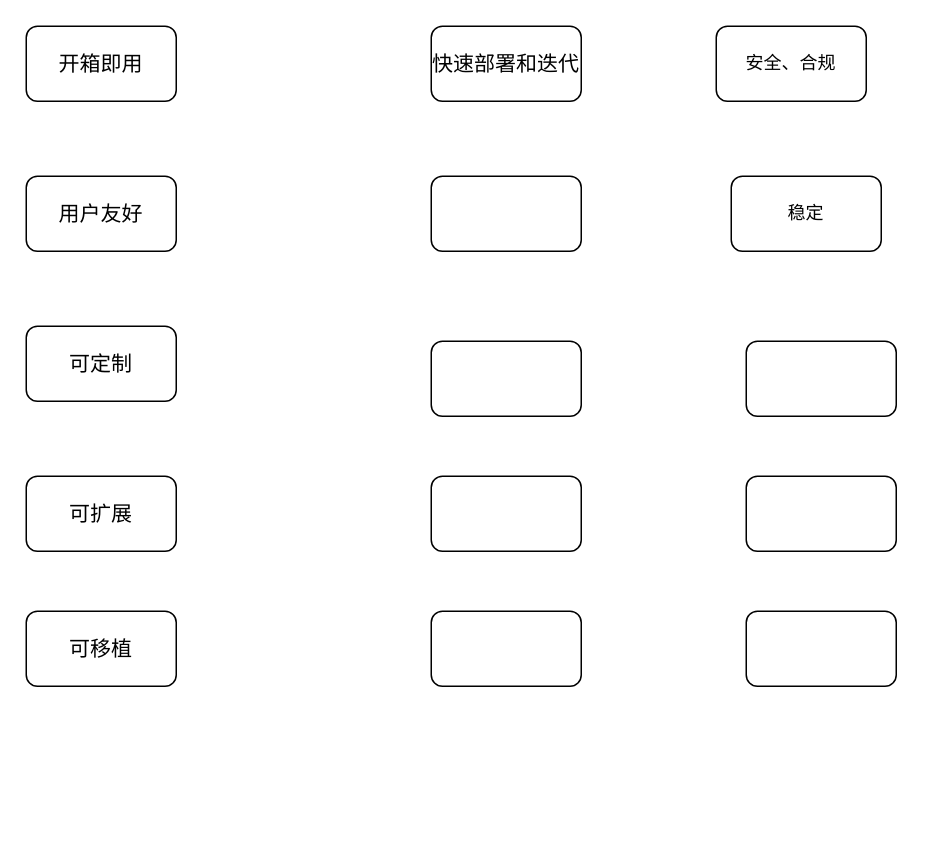
This is 低代码——需求分析——可视化编程需求.drawio from tangyaosimida/love, a draw.io file, before an edit. Source tidied: cells renumbered, new cells numbered last; positions are measured from the earlier drawing's top-left corner, leaving out a move shared by most shapes. Both pictures are drawn from the tidied source at 150%, with x=0, y=0 at pixel (26, 26).
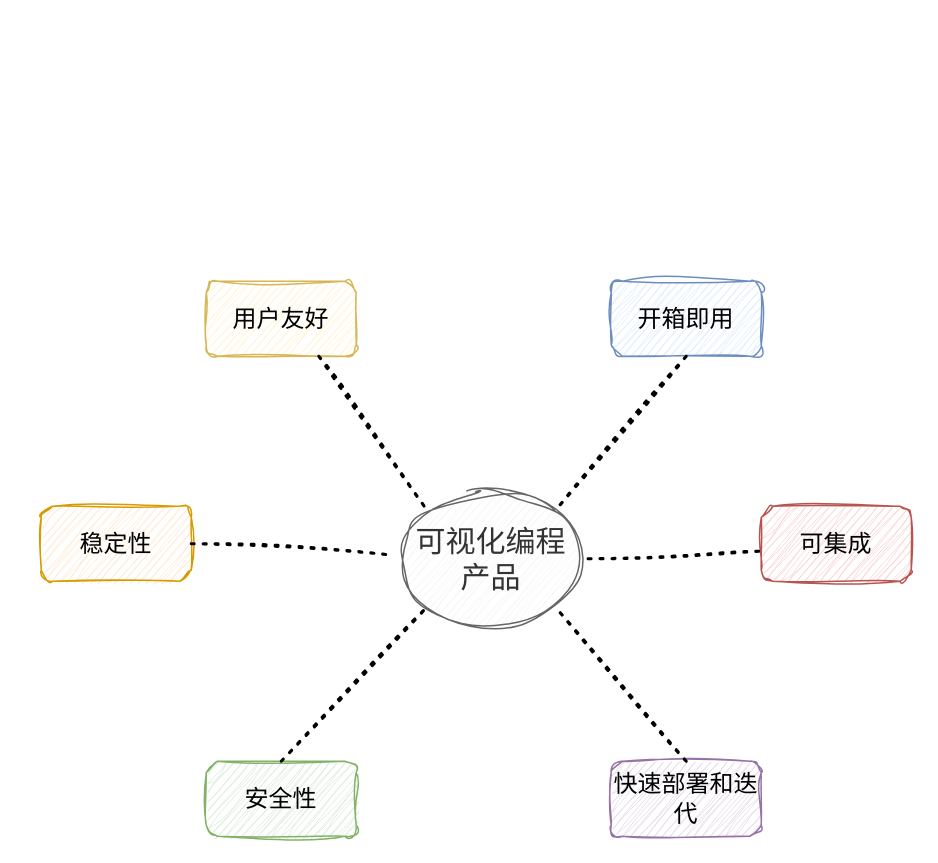
The same diagram, later.

Commit message (it also covers changes not shown here):
更新低代码——需求分析——可视化编程需求.drawio

Change to the diagram source:
```diff
@@
 <mxGraphModel>
   <root>
     <mxCell id="0" />
     <mxCell id="1" parent="0" />
-    <mxCell id="2" value="&lt;font style=&quot;font-size: 14px;&quot;&gt;开箱即用&lt;/font&gt;" style="rounded=1;whiteSpace=wrap;html=1;" parent="1" vertex="1">
-      <mxGeometry width="100" height="50" as="geometry" />
+    <mxCell id="2" value="&lt;font style=&quot;font-size: 16px;&quot;&gt;开箱即用&lt;/font&gt;" style="rounded=1;whiteSpace=wrap;html=1;fontSize=16;fillColor=#dae8fc;strokeColor=#6c8ebf;sketch=1;curveFitting=1;jiggle=2;" parent="1" vertex="1">
+      <mxGeometry x="390" y="170" width="100" height="50" as="geometry" />
     </mxCell>
-    <mxCell id="3" value="&lt;font style=&quot;font-size: 14px;&quot;&gt;用户友好&lt;/font&gt;" style="rounded=1;whiteSpace=wrap;html=1;" parent="1" vertex="1">
-      <mxGeometry y="100" width="100" height="50" as="geometry" />
+    <mxCell id="3" value="&lt;font style=&quot;font-size: 16px;&quot;&gt;用户友好&lt;/font&gt;" style="rounded=1;whiteSpace=wrap;html=1;fontSize=16;fillColor=#fff2cc;strokeColor=#d6b656;sketch=1;curveFitting=1;jiggle=2;" parent="1" vertex="1">
+      <mxGeometry x="120" y="170" width="100" height="50" as="geometry" />
     </mxCell>
-    <mxCell id="4" value="&lt;font style=&quot;font-size: 14px;&quot;&gt;可定制&lt;/font&gt;" style="rounded=1;whiteSpace=wrap;html=1;" parent="1" vertex="1">
-      <mxGeometry y="200" width="100" height="50" as="geometry" />
-    </mxCell>
-    <mxCell id="5" value="&lt;font style=&quot;font-size: 14px;&quot;&gt;可扩展&lt;/font&gt;" style="rounded=1;whiteSpace=wrap;html=1;" parent="1" vertex="1">
-      <mxGeometry y="300" width="100" height="50" as="geometry" />
-    </mxCell>
-    <mxCell id="6" value="&lt;font style=&quot;font-size: 14px;&quot;&gt;可移植&lt;/font&gt;" style="rounded=1;whiteSpace=wrap;html=1;" parent="1" vertex="1">
-      <mxGeometry y="390" width="100" height="50" as="geometry" />
-    </mxCell>
-    <mxCell id="7" value="&lt;span style=&quot;font-size: 14px;&quot;&gt;快速部署和迭代&lt;/span&gt;" style="rounded=1;whiteSpace=wrap;html=1;" parent="1" vertex="1">
-      <mxGeometry x="270" width="100" height="50" as="geometry" />
+    <mxCell id="7" value="&lt;span style=&quot;font-size: 16px;&quot;&gt;快速部署和迭代&lt;/span&gt;" style="rounded=1;whiteSpace=wrap;html=1;fontSize=16;fillColor=#e1d5e7;strokeColor=#9673a6;sketch=1;curveFitting=1;jiggle=2;" parent="1" vertex="1">
+      <mxGeometry x="390" y="490" width="100" height="50" as="geometry" />
     </mxCell>
-    <mxCell id="8" style="rounded=1;whiteSpace=wrap;html=1;" parent="1" vertex="1">
-      <mxGeometry x="270" y="100" width="100" height="50" as="geometry" />
-    </mxCell>
-    <mxCell id="9" style="rounded=1;whiteSpace=wrap;html=1;" parent="1" vertex="1">
-      <mxGeometry x="270" y="210" width="100" height="50" as="geometry" />
-    </mxCell>
-    <mxCell id="10" style="rounded=1;whiteSpace=wrap;html=1;" parent="1" vertex="1">
-      <mxGeometry x="270" y="300" width="100" height="50" as="geometry" />
-    </mxCell>
-    <mxCell id="11" style="rounded=1;whiteSpace=wrap;html=1;" parent="1" vertex="1">
-      <mxGeometry x="270" y="390" width="100" height="50" as="geometry" />
-    </mxCell>
-    <mxCell id="12" value="安全、合规" style="rounded=1;whiteSpace=wrap;html=1;" parent="1" vertex="1">
-      <mxGeometry x="460" width="100" height="50" as="geometry" />
+    <mxCell id="12" value="安全性" style="rounded=1;whiteSpace=wrap;html=1;fontSize=16;fillColor=#d5e8d4;strokeColor=#82b366;sketch=1;curveFitting=1;jiggle=2;" parent="1" vertex="1">
+      <mxGeometry x="120" y="490" width="100" height="50" as="geometry" />
     </mxCell>
-    <mxCell id="13" value="稳定" style="rounded=1;whiteSpace=wrap;html=1;" parent="1" vertex="1">
-      <mxGeometry x="470" y="100" width="100" height="50" as="geometry" />
+    <mxCell id="13" value="稳定性" style="rounded=1;whiteSpace=wrap;html=1;fontSize=16;fillColor=#ffe6cc;strokeColor=#d79b00;sketch=1;curveFitting=1;jiggle=2;" parent="1" vertex="1">
+      <mxGeometry x="10" y="320" width="100" height="50" as="geometry" />
     </mxCell>
-    <mxCell id="14" style="rounded=1;whiteSpace=wrap;html=1;" parent="1" vertex="1">
-      <mxGeometry x="480" y="210" width="100" height="50" as="geometry" />
+    <mxCell id="14" value="可集成" style="rounded=1;whiteSpace=wrap;html=1;fontSize=16;fillColor=#f8cecc;strokeColor=#b85450;sketch=1;curveFitting=1;jiggle=2;" parent="1" vertex="1">
+      <mxGeometry x="490" y="320" width="100" height="50" as="geometry" />
     </mxCell>
-    <mxCell id="15" style="rounded=1;whiteSpace=wrap;html=1;" parent="1" vertex="1">
-      <mxGeometry x="480" y="300" width="100" height="50" as="geometry" />
-    </mxCell>
-    <mxCell id="16" style="rounded=1;whiteSpace=wrap;html=1;" parent="1" vertex="1">
-      <mxGeometry x="480" y="390" width="100" height="50" as="geometry" />
-    </mxCell>
+    <mxCell id="17" value="&lt;span style=&quot;color: rgb(51, 51, 51);&quot;&gt;&lt;font style=&quot;font-size: 20px;&quot;&gt;可视化编程产品&lt;/font&gt;&lt;/span&gt;" style="ellipse;whiteSpace=wrap;html=1;fillColor=#f5f5f5;fontColor=#333333;strokeColor=#666666;sketch=1;curveFitting=1;jiggle=2;" parent="1" vertex="1">
+      <mxGeometry x="250" y="310" width="120" height="90" as="geometry" />
+    </mxCell>
+    <mxCell id="18" style="endArrow=none;dashed=1;html=1;dashPattern=1 3;strokeWidth=2;rounded=0;exitX=0.75;exitY=1;exitDx=0;exitDy=0;entryX=0;entryY=0;entryDx=0;entryDy=0;sketch=1;curveFitting=1;jiggle=2;" parent="1" edge="1" source="3" target="17">
+      <mxGeometry relative="1" as="geometry" />
+    </mxCell>
+    <mxCell id="19" style="endArrow=none;dashed=1;html=1;dashPattern=1 3;strokeWidth=2;rounded=0;exitX=0.5;exitY=1;exitDx=0;exitDy=0;entryX=1;entryY=0;entryDx=0;entryDy=0;sketch=1;curveFitting=1;jiggle=2;" parent="1" edge="1" source="2" target="17">
+      <mxGeometry relative="1" as="geometry" />
+    </mxCell>
+    <mxCell id="20" style="endArrow=none;dashed=1;html=1;dashPattern=1 3;strokeWidth=2;rounded=0;exitX=-0.017;exitY=0.601;exitDx=0;exitDy=0;entryX=1;entryY=0.5;entryDx=0;entryDy=0;exitPerimeter=0;sketch=1;curveFitting=1;jiggle=2;" parent="1" edge="1" source="14" target="17">
+      <mxGeometry relative="1" as="geometry" />
+    </mxCell>
+    <mxCell id="21" style="endArrow=none;dashed=1;html=1;dashPattern=1 3;strokeWidth=2;rounded=0;exitX=0.5;exitY=0;exitDx=0;exitDy=0;entryX=1;entryY=1;entryDx=0;entryDy=0;sketch=1;curveFitting=1;jiggle=2;" parent="1" edge="1" source="7" target="17">
+      <mxGeometry relative="1" as="geometry" />
+    </mxCell>
+    <mxCell id="22" style="endArrow=none;dashed=1;html=1;dashPattern=1 3;strokeWidth=2;rounded=0;exitX=0.5;exitY=0;exitDx=0;exitDy=0;entryX=0;entryY=1;entryDx=0;entryDy=0;sketch=1;curveFitting=1;jiggle=2;" parent="1" edge="1" source="12" target="17">
+      <mxGeometry relative="1" as="geometry" />
+    </mxCell>
+    <mxCell id="23" style="endArrow=none;dashed=1;html=1;dashPattern=1 3;strokeWidth=2;rounded=0;exitX=1;exitY=0.5;exitDx=0;exitDy=0;entryX=-0.037;entryY=0.475;entryDx=0;entryDy=0;entryPerimeter=0;sketch=1;curveFitting=1;jiggle=2;" parent="1" edge="1" source="13" target="17">
+      <mxGeometry relative="1" as="geometry" />
+    </mxCell>
   </root>
 </mxGraphModel>
```
